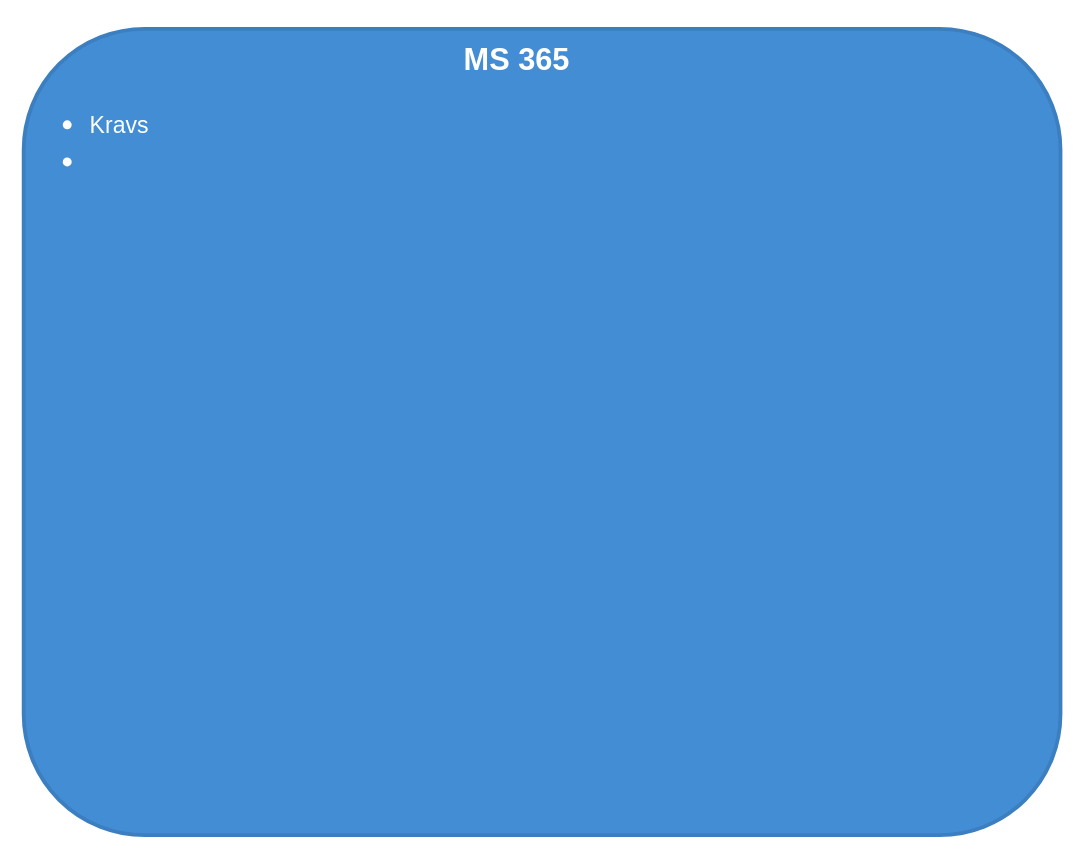
This is page "MS365" (8 of 14) of .drawio from mortenee/draw.io, a draw.io file, before an edit. Source tidied: cells renumbered, new cells numbered last; positions are measured from the earlier drawing's top-left corner, leaving out a move shared by most shapes. Both pictures are drawn from the tidied source at 128%, with x=0, y=0 at pixel (23, 28).
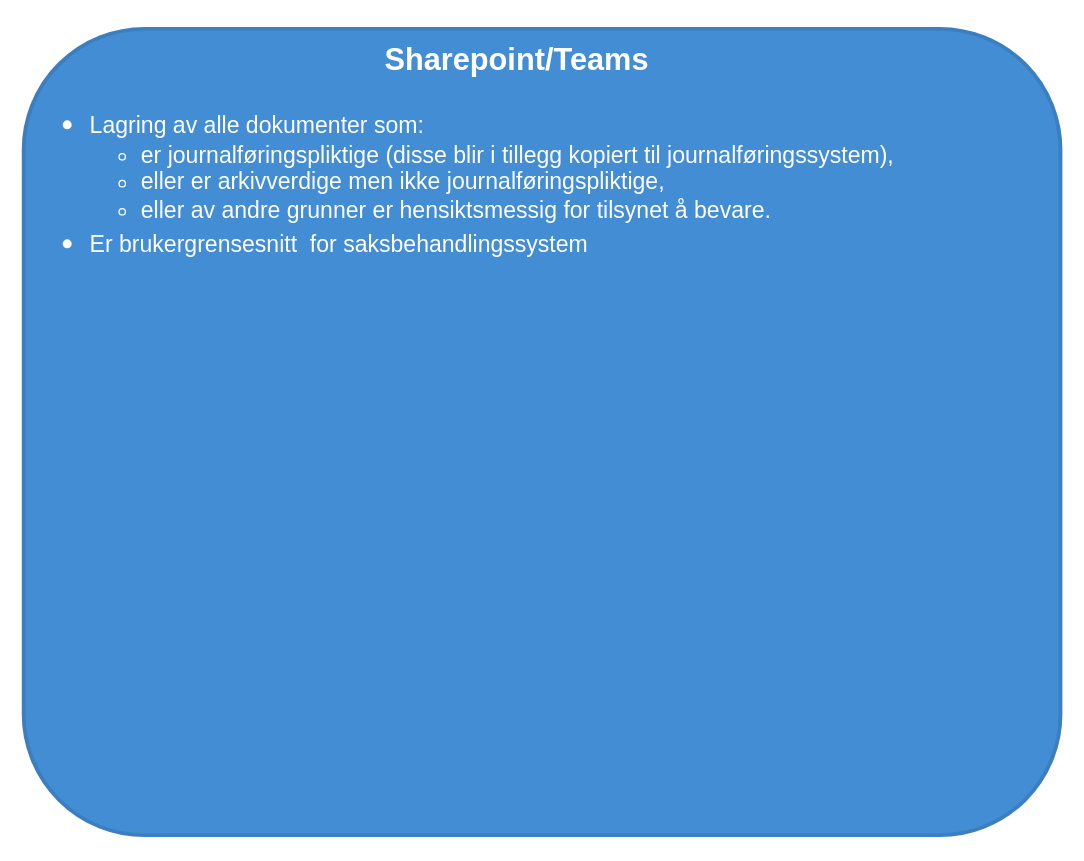
After the change.

Diff of the diagram source:
```diff
@@
 <mxGraphModel>
   <root>
     <mxCell id="0" />
     <mxCell id="1" parent="0" />
-    <mxCell id="2" value="&lt;h1 style=&quot;margin-top: 0px;&quot;&gt;&lt;div&gt;&lt;span style=&quot;font-size: 18px; font-weight: 400;&quot;&gt;&lt;br&gt;&lt;/span&gt;&lt;/div&gt;&lt;ul&gt;&lt;li&gt;&lt;span style=&quot;font-size: 18px; font-weight: 400;&quot;&gt;Kravs&lt;/span&gt;&lt;/li&gt;&lt;li&gt;&lt;span style=&quot;font-size: 18px; font-weight: 400;&quot;&gt;&lt;br&gt;&lt;/span&gt;&lt;/li&gt;&lt;/ul&gt;&lt;/h1&gt;" style="text;html=1;whiteSpace=wrap;overflow=hidden;rounded=1;fillColor=#438dd5;strokeColor=#3c7fc0;fontColor=#ffffff;fontFamily=Helvetica;fontSize=12;labelBackgroundColor=none;glass=0;shadow=0;strokeWidth=3;spacingLeft=10;" parent="1" vertex="1">
+    <mxCell id="2" value="&lt;h1 style=&quot;margin-top: 0px;&quot;&gt;&lt;div&gt;&lt;span style=&quot;font-size: 18px; font-weight: 400;&quot;&gt;&lt;br&gt;&lt;/span&gt;&lt;/div&gt;&lt;ul&gt;&lt;li&gt;&lt;span style=&quot;font-size: 18px; font-weight: 400;&quot;&gt;Lagring av alle dokumenter som:&lt;/span&gt;&lt;/li&gt;&lt;ul style=&quot;font-size: 18px;&quot;&gt;&lt;li&gt;&lt;span style=&quot;font-weight: normal;&quot;&gt;er journalføringspliktige (disse blir i tillegg kopiert til journalføringssystem),&lt;/span&gt;&lt;/li&gt;&lt;li&gt;&lt;span style=&quot;font-size: 18px; font-weight: 400;&quot;&gt;eller er arkivverdige men ikke journalføringspliktige,&lt;/span&gt;&lt;/li&gt;&lt;li&gt;&lt;span style=&quot;font-size: 18px; font-weight: 400;&quot;&gt;eller av andre grunner er hensiktsmessig for tilsynet å bevare.&lt;/span&gt;&lt;/li&gt;&lt;/ul&gt;&lt;li&gt;&lt;span style=&quot;font-size: 18px; font-weight: 400;&quot;&gt;Er brukergrensesnitt&amp;nbsp; for saksbehandlingssystem&lt;/span&gt;&lt;/li&gt;&lt;/ul&gt;&lt;/h1&gt;" style="text;html=1;whiteSpace=wrap;overflow=hidden;rounded=1;fillColor=#438dd5;strokeColor=#3c7fc0;fontColor=#ffffff;fontFamily=Helvetica;fontSize=12;labelBackgroundColor=none;glass=0;shadow=0;strokeWidth=3;spacingLeft=10;" parent="1" vertex="1">
       <mxGeometry width="810" height="630" as="geometry" />
     </mxCell>
-    <mxCell id="3" value="&lt;h1&gt;MS 365&lt;/h1&gt;" style="text;html=1;align=center;verticalAlign=middle;rounded=0;fontColor=#FFFFFF;" parent="1" vertex="1">
+    <mxCell id="3" value="&lt;h1&gt;Sharepoint/Teams&lt;/h1&gt;" style="text;html=1;align=center;verticalAlign=middle;rounded=0;fontColor=#FFFFFF;" parent="1" vertex="1">
       <mxGeometry x="320" y="10" width="130" height="30" as="geometry" />
     </mxCell>
   </root>
 </mxGraphModel>
```
